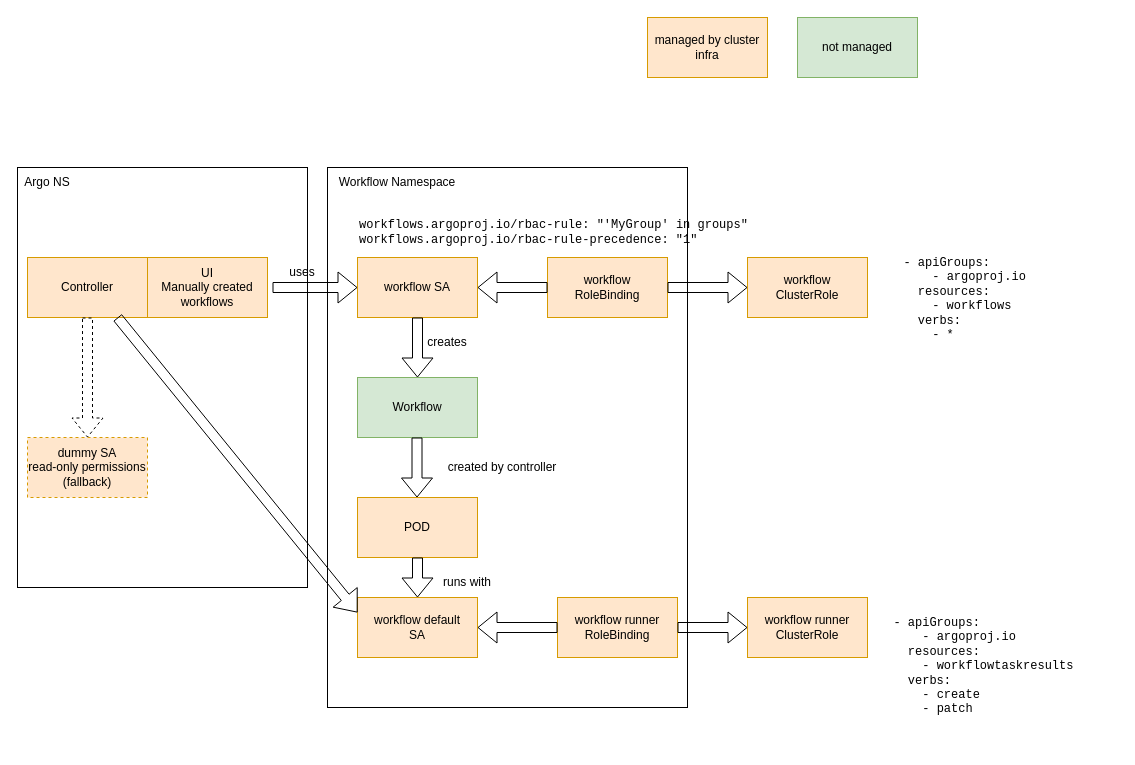
This is assets/sso.drawio from Baloise-CodeCamp-2022/flux-de-travail, a draw.io file, before an edit. Source tidied: cells renumbered, new cells numbered last; positions are measured from the earlier drawing's top-left corner, leaving out a move shared by most shapes. Both pictures are drawn from the tidied source at 100%, with x=0, y=0 at pixel (17, 17).
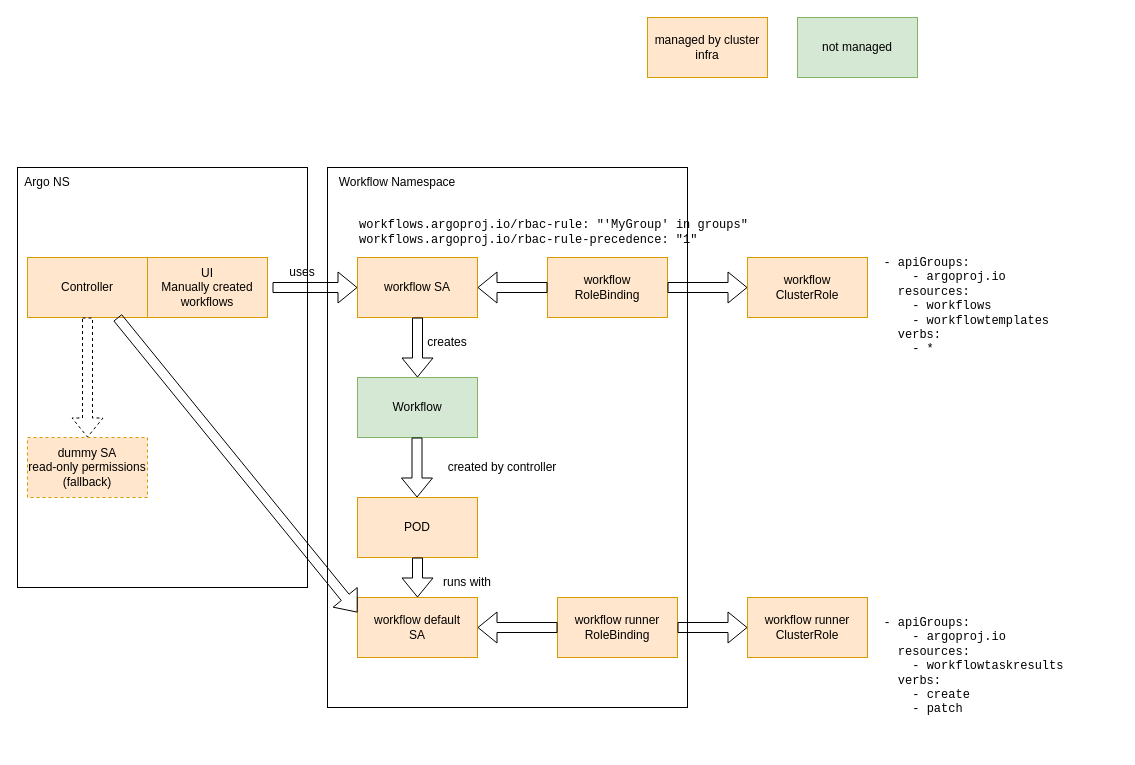
The same diagram, later.

Commit message (it also covers changes not shown here):
Add workflowtemplates to rbac overview role

Diff of the diagram source:
```diff
@@
     <mxCell id="9" value="&lt;pre id=&quot;__code_1&quot;&gt;&lt;code&gt;&lt;span class=&quot;w&quot;&gt;  &lt;/span&gt;&lt;span class=&quot;p p-Indicator&quot;&gt;-&lt;/span&gt;&lt;span class=&quot;w&quot;&gt; &lt;/span&gt;&lt;span class=&quot;nt&quot;&gt;apiGroups&lt;/span&gt;&lt;span class=&quot;p&quot;&gt;:&lt;/span&gt;&lt;span class=&quot;w&quot;&gt;&lt;/span&gt;&#10;&lt;span class=&quot;w&quot;&gt;      &lt;/span&gt;&lt;span class=&quot;p p-Indicator&quot;&gt;-&lt;/span&gt;&lt;span class=&quot;w&quot;&gt; &lt;/span&gt;&lt;span class=&quot;l l-Scalar l-Scalar-Plain&quot;&gt;argoproj.io&lt;/span&gt;&lt;span class=&quot;w&quot;&gt;&lt;/span&gt;&#10;&lt;span class=&quot;w&quot;&gt;    &lt;/span&gt;&lt;span class=&quot;nt&quot;&gt;resources&lt;/span&gt;&lt;span class=&quot;p&quot;&gt;:&lt;/span&gt;&lt;span class=&quot;w&quot;&gt;&lt;/span&gt;&#10;&lt;span class=&quot;w&quot;&gt;      &lt;/span&gt;&lt;span class=&quot;p p-Indicator&quot;&gt;-&lt;/span&gt;&lt;span class=&quot;w&quot;&gt; &lt;/span&gt;&lt;span class=&quot;l l-Scalar l-Scalar-Plain&quot;&gt;workflowtaskresults&lt;/span&gt;&lt;span class=&quot;w&quot;&gt;&lt;/span&gt;&#10;&lt;span class=&quot;w&quot;&gt;    &lt;/span&gt;&lt;span class=&quot;nt&quot;&gt;verbs&lt;/span&gt;&lt;span class=&quot;p&quot;&gt;:&lt;/span&gt;&lt;span class=&quot;w&quot;&gt;&lt;/span&gt;&#10;&lt;span class=&quot;w&quot;&gt;      &lt;/span&gt;&lt;span class=&quot;p p-Indicator&quot;&gt;-&lt;/span&gt;&lt;span class=&quot;w&quot;&gt; &lt;/span&gt;&lt;span class=&quot;l l-Scalar l-Scalar-Plain&quot;&gt;create&lt;/span&gt;&lt;span class=&quot;w&quot;&gt;&lt;/span&gt;&#10;&lt;span class=&quot;w&quot;&gt;      &lt;/span&gt;&lt;span class=&quot;p p-Indicator&quot;&gt;-&lt;/span&gt;&lt;span class=&quot;w&quot;&gt; &lt;/span&gt;&lt;span class=&quot;l l-Scalar l-Scalar-Plain&quot;&gt;patch&lt;/span&gt;&lt;span class=&quot;w&quot;&gt;&lt;/span&gt;&lt;/code&gt;&lt;/pre&gt;" style="text;whiteSpace=wrap;html=1;" parent="1" vertex="1">
-      <mxGeometry x="860" y="580" width="230" height="150" as="geometry" />
+      <mxGeometry x="850" y="580" width="230" height="150" as="geometry" />
     </mxCell>
@@
-    <mxCell id="35" value="&lt;pre id=&quot;__code_1&quot;&gt;&lt;code&gt;&lt;span class=&quot;w&quot;&gt;  &lt;/span&gt;&lt;span class=&quot;p p-Indicator&quot;&gt;-&lt;/span&gt;&lt;span class=&quot;w&quot;&gt; &lt;/span&gt;&lt;span class=&quot;nt&quot;&gt;apiGroups&lt;/span&gt;&lt;span class=&quot;p&quot;&gt;:&lt;/span&gt;&lt;span class=&quot;w&quot;&gt;&lt;/span&gt;&lt;br&gt;&lt;span class=&quot;w&quot;&gt;      &lt;/span&gt;&lt;span class=&quot;p p-Indicator&quot;&gt;-&lt;/span&gt;&lt;span class=&quot;w&quot;&gt; &lt;/span&gt;&lt;span class=&quot;l l-Scalar l-Scalar-Plain&quot;&gt;argoproj.io&lt;/span&gt;&lt;span class=&quot;w&quot;&gt;&lt;/span&gt;&lt;br&gt;&lt;span class=&quot;w&quot;&gt;    &lt;/span&gt;&lt;span class=&quot;nt&quot;&gt;resources&lt;/span&gt;&lt;span class=&quot;p&quot;&gt;:&lt;/span&gt;&lt;span class=&quot;w&quot;&gt;&lt;/span&gt;&lt;br&gt;&lt;span class=&quot;w&quot;&gt;      &lt;/span&gt;&lt;span class=&quot;p p-Indicator&quot;&gt;-&lt;/span&gt;&lt;span class=&quot;w&quot;&gt; workflows&lt;/span&gt;&lt;br&gt;&lt;span class=&quot;w&quot;&gt;    &lt;/span&gt;&lt;span class=&quot;nt&quot;&gt;verbs&lt;/span&gt;&lt;span class=&quot;p&quot;&gt;:&lt;/span&gt;&lt;span class=&quot;w&quot;&gt;&lt;/span&gt;&lt;br&gt;&lt;span class=&quot;w&quot;&gt;      &lt;/span&gt;&lt;span class=&quot;p p-Indicator&quot;&gt;-&lt;/span&gt;&lt;span class=&quot;w&quot;&gt; *&lt;/span&gt;&lt;span class=&quot;w&quot;&gt;&lt;br&gt;&lt;/span&gt;&lt;span class=&quot;w&quot;&gt;&lt;/span&gt;&lt;/code&gt;&lt;/pre&gt;" style="text;whiteSpace=wrap;html=1;" parent="1" vertex="1">
-      <mxGeometry x="870" y="220" width="230" height="150" as="geometry" />
+    <mxCell id="35" value="&lt;pre id=&quot;__code_1&quot;&gt;  - apiGroups:&lt;br&gt;      - argoproj.io&lt;br&gt;    resources:&lt;br&gt;      - workflows&lt;br&gt;      - workflowtemplates&lt;br&gt;    verbs:&lt;br&gt;      - *&lt;br&gt;&lt;/pre&gt;&lt;pre id=&quot;__code_1&quot;&gt;&lt;code&gt;&lt;span class=&quot;w&quot;&gt;&lt;/span&gt;&lt;/code&gt;&lt;/pre&gt;" style="text;whiteSpace=wrap;html=1;" parent="1" vertex="1">
+      <mxGeometry x="850" y="220" width="230" height="150" as="geometry" />
     </mxCell>
```
